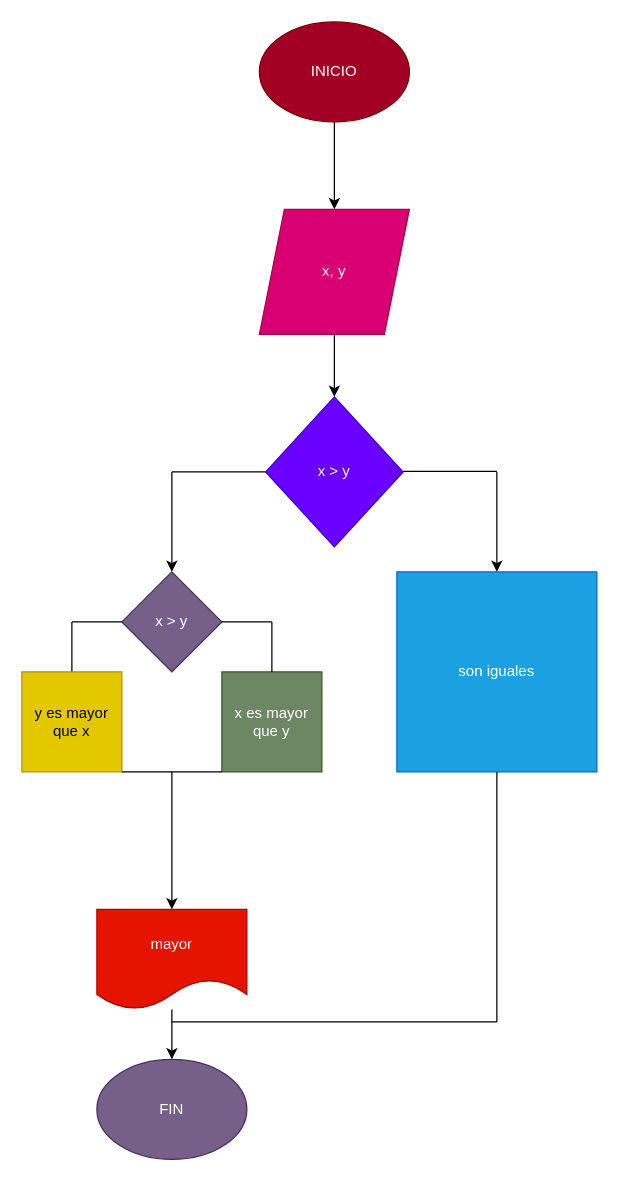
This is diagrama.drawio from jonathanbenitezmayorga/mayor_enteros, a draw.io file, before an edit. Source tidied: cells renumbered, new cells numbered last; positions are measured from the earlier drawing's top-left corner, leaving out a move shared by most shapes. Both pictures are drawn from the tidied source at 125%, with x=0, y=0 at pixel (21, 21).
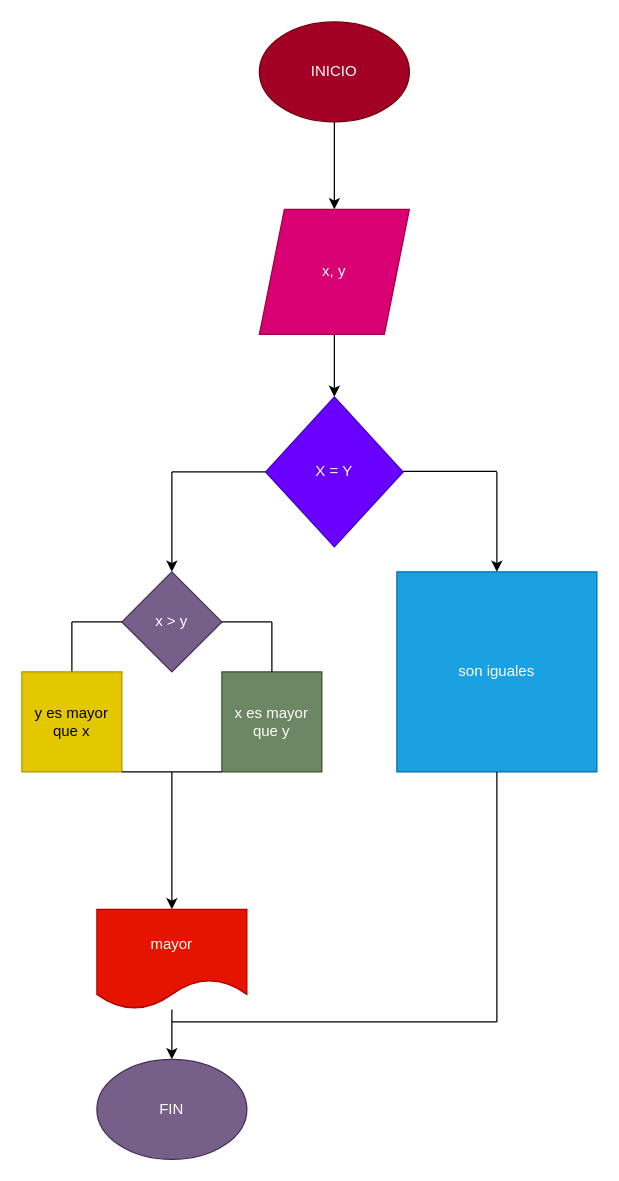
The same diagram, later.

Commit message (it also covers changes not shown here):
Se agregan los cambios

Diff of the diagram source:
```diff
@@
-    <mxCell id="5" value="x &amp;gt; y" style="rhombus;whiteSpace=wrap;html=1;fillColor=#6a00ff;strokeColor=#3700CC;fontColor=#ffffff;" parent="1" vertex="1">
+    <mxCell id="5" value="X = Y" style="rhombus;whiteSpace=wrap;html=1;fillColor=#6a00ff;strokeColor=#3700CC;fontColor=#ffffff;" parent="1" vertex="1">
       <mxGeometry x="195" y="300" width="110" height="120" as="geometry" />
     </mxCell>
```
